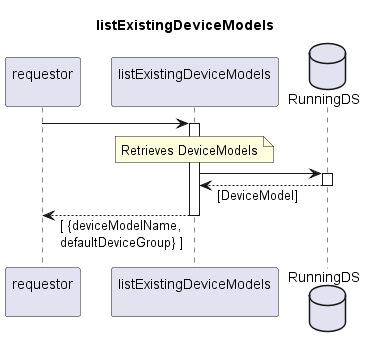
Above: spec/Services/listExistingDeviceModels/1.0.0/listExistingDeviceModels.png in openBackhaul/FirmWareManager (PlantUML), before the change.
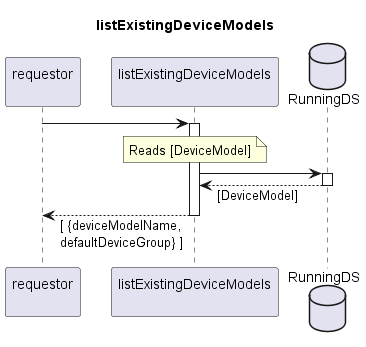
The same file after the commit.

The edit, as a diff of the source:
```diff
@@ -13,7 +13,7 @@
 activate indServ
 
   note over indServ
-    Retrieves DeviceModels
+    Reads [DeviceModel]
   end note
   indServ -> RunDS
   activate RunDS
```
